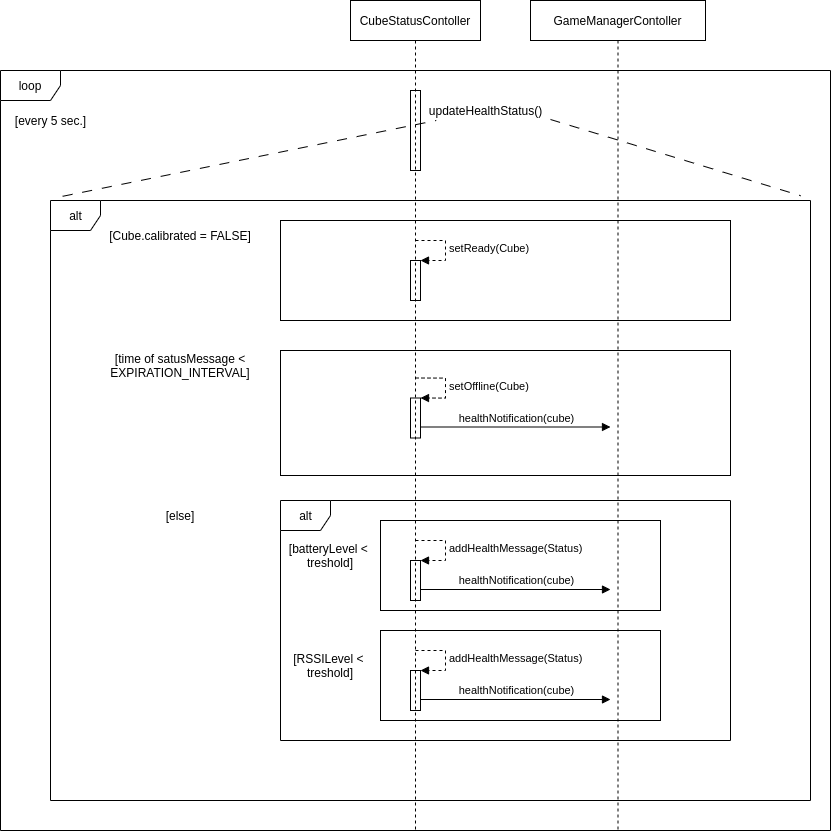
Above: documents/software-concept/diagrams/cubeStatus.png in b-ertel/TimeGuess-Game (draw.io), before the change. Source tidied: cells renumbered, new cells last; positions are measured from the earlier drawing's top-left corner, leaving out a move shared by most shapes.
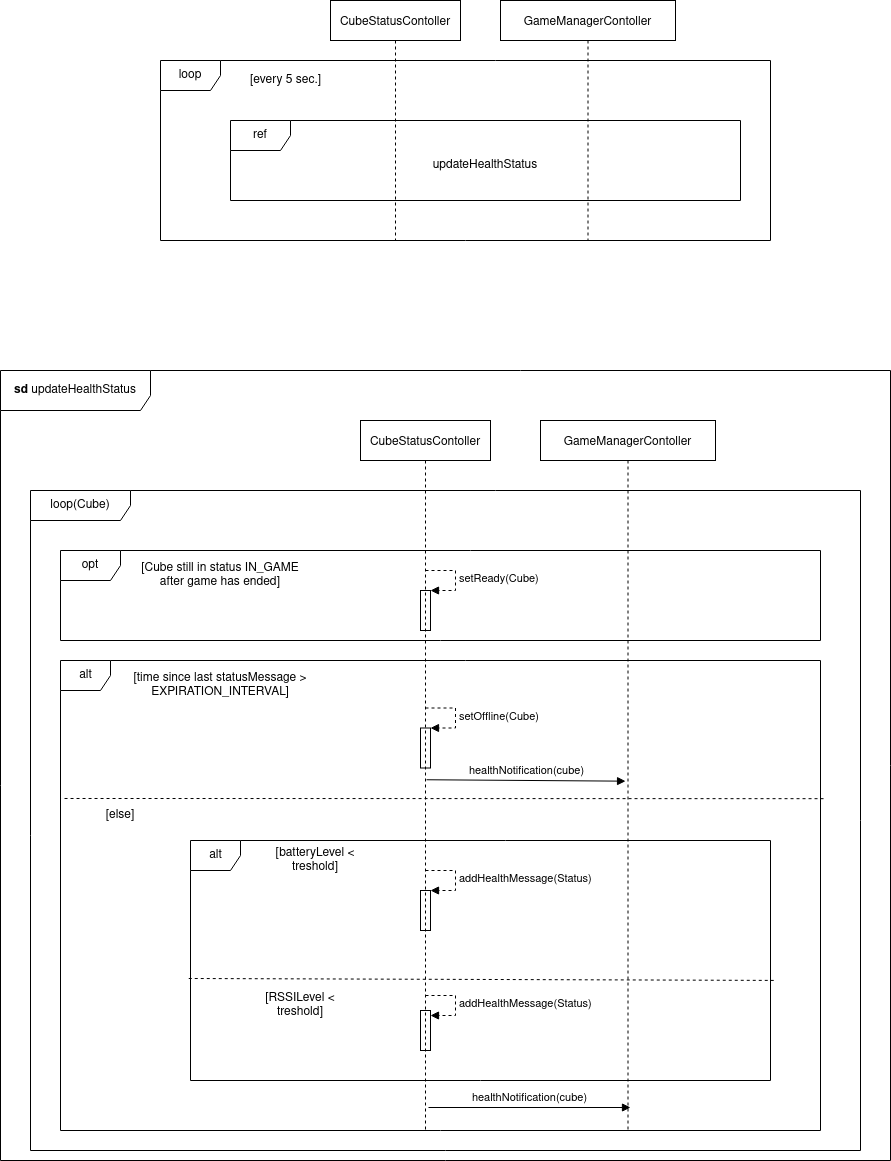
After the commit.

Commit message:
alternative version of sequence diagram for cube status

Change to the diagram source:
```diff
@@ -2,37 +2,32 @@
   <root>
     <mxCell id="0" />
     <mxCell id="1" parent="0" />
+    <mxCell id="26" value="loop" style="shape=umlFrame;whiteSpace=wrap;html=1;fillColor=none;" parent="1" vertex="1">
+      <mxGeometry x="150" y="-270" width="610" height="180" as="geometry" />
+    </mxCell>
+    <mxCell id="32" value="loop(Cube)" style="shape=umlFrame;whiteSpace=wrap;html=1;width=100;height=30;" parent="1" vertex="1">
+      <mxGeometry x="20" y="160" width="830" height="660" as="geometry" />
+    </mxCell>
+    <mxCell id="33" value="&lt;b&gt;sd&lt;/b&gt; updateHealthStatus" style="shape=umlFrame;whiteSpace=wrap;html=1;width=150;height=40;" parent="1" vertex="1">
+      <mxGeometry x="-10" y="40" width="890" height="790" as="geometry" />
+    </mxCell>
+    <mxCell id="21" value="alt" style="shape=umlFrame;tabPosition=left;html=1;boundedLbl=1;labelInHeader=1;width=50;height=30;" parent="1" vertex="1">
+      <mxGeometry x="180" y="510" width="580" height="240" as="geometry" />
+    </mxCell>
+    <mxCell id="8" value="alt" style="shape=umlFrame;tabPosition=left;html=1;boundedLbl=1;labelInHeader=1;width=50;height=30;" parent="1" vertex="1">
+      <mxGeometry x="50" y="330" width="760" height="470" as="geometry" />
+    </mxCell>
+    <mxCell id="34" value="opt" style="shape=umlFrame;whiteSpace=wrap;html=1;" parent="1" vertex="1">
+      <mxGeometry x="50" y="220" width="760" height="90" as="geometry" />
+    </mxCell>
     <mxCell id="2" value="CubeStatusContoller" style="shape=umlLifeline;perimeter=lifelinePerimeter;rounded=0;shadow=0;strokeWidth=1;" parent="1" vertex="1">
-      <mxGeometry x="350" width="130" height="830" as="geometry" />
+      <mxGeometry x="350" y="90" width="130" height="710" as="geometry" />
     </mxCell>
     <mxCell id="3" value="GameManagerContoller" style="shape=umlLifeline;perimeter=lifelinePerimeter;rounded=0;shadow=0;strokeWidth=1;" parent="1" vertex="1">
-      <mxGeometry x="530" width="175" height="830" as="geometry" />
+      <mxGeometry x="530" y="90" width="175" height="710" as="geometry" />
     </mxCell>
-    <mxCell id="4" style="html=1;points=[];perimeter=orthogonalPerimeter;fillColor=none;" parent="3" vertex="1">
-      <mxGeometry x="-120" y="670" width="10" height="40" as="geometry" />
-    </mxCell>
-    <mxCell id="5" value="addHealthMessage(Status)" style="edgeStyle=orthogonalEdgeStyle;html=1;align=left;spacingLeft=2;endArrow=block;rounded=0;entryX=1;entryY=0;dashed=1;" parent="3" edge="1" target="4">
-      <mxGeometry relative="1" as="geometry">
-        <mxPoint x="-115" y="650" as="sourcePoint" />
-        <Array as="points">
-          <mxPoint x="-85" y="650" />
-        </Array>
-      </mxGeometry>
-    </mxCell>
-    <mxCell id="6" value="healthNotification(cube)" style="html=1;verticalAlign=bottom;endArrow=block;" parent="3" edge="1">
-      <mxGeometry relative="1" as="geometry">
-        <mxPoint x="-110" y="699" as="sourcePoint" />
-        <mxPoint x="80" y="699" as="targetPoint" />
-      </mxGeometry>
-    </mxCell>
-    <mxCell id="7" style="text;html=1;align=center;verticalAlign=middle;dashed=0;strokeColor=#000000;" parent="3" vertex="1">
-      <mxGeometry x="-150" y="630" width="280" height="90" as="geometry" />
-    </mxCell>
-    <mxCell id="8" value="alt" style="shape=umlFrame;tabPosition=left;html=1;boundedLbl=1;labelInHeader=1;width=50;height=30;" parent="1" vertex="1">
-      <mxGeometry x="50" y="200" width="760" height="600" as="geometry" />
-    </mxCell>
-    <mxCell id="9" value="[time of satusMessage &amp;lt; EXPIRATION_INTERVAL]" style="text;html=1;strokeColor=none;fillColor=none;align=center;verticalAlign=middle;whiteSpace=wrap;rounded=0;" parent="1" vertex="1">
-      <mxGeometry x="80" y="350" width="200" height="30" as="geometry" />
+    <mxCell id="9" value="[time since last statusMessage &amp;gt; EXPIRATION_INTERVAL]" style="text;html=1;strokeColor=none;fillColor=none;align=center;verticalAlign=middle;whiteSpace=wrap;rounded=0;" parent="1" vertex="1">
+      <mxGeometry x="110" y="340" width="200" height="30" as="geometry" />
     </mxCell>
     <mxCell id="10" style="html=1;points=[];perimeter=orthogonalPerimeter;fillColor=none;" parent="1" vertex="1">
       <mxGeometry x="410" y="397.5" width="10" height="40" as="geometry" />
@@ -45,17 +40,11 @@
         </Array>
       </mxGeometry>
     </mxCell>
-    <mxCell id="12" value="healthNotification(cube)" style="html=1;verticalAlign=bottom;endArrow=block;" parent="1" edge="1">
-      <mxGeometry relative="1" as="geometry">
-        <mxPoint x="420" y="426.5" as="sourcePoint" />
-        <mxPoint x="610" y="426.5" as="targetPoint" />
-      </mxGeometry>
+    <mxCell id="12" value="healthNotification(cube)" style="html=1;verticalAlign=bottom;endArrow=block;exitX=0.508;exitY=0.506;exitDx=0;exitDy=0;exitPerimeter=0;entryX=0.486;entryY=0.508;entryDx=0;entryDy=0;entryPerimeter=0;" parent="1" edge="1" source="2" target="3">
+      <mxGeometry relative="1" as="geometry" />
     </mxCell>
-    <mxCell id="13" style="text;html=1;align=center;verticalAlign=middle;dashed=0;strokeColor=#000000;" parent="1" vertex="1">
-      <mxGeometry x="280" y="350" width="450" height="125" as="geometry" />
-    </mxCell>
-    <mxCell id="14" value="[Cube.calibrated = FALSE]" style="text;html=1;strokeColor=none;fillColor=none;align=center;verticalAlign=middle;whiteSpace=wrap;rounded=0;" parent="1" vertex="1">
-      <mxGeometry x="80" y="220" width="200" height="30" as="geometry" />
+    <mxCell id="14" value="[Cube still in status IN_GAME after game has ended]" style="text;html=1;strokeColor=none;fillColor=none;align=center;verticalAlign=middle;whiteSpace=wrap;rounded=0;" parent="1" vertex="1">
+      <mxGeometry x="120" y="230" width="180" height="30" as="geometry" />
     </mxCell>
     <mxCell id="15" style="html=1;points=[];perimeter=orthogonalPerimeter;fillColor=none;" parent="1" vertex="1">
       <mxGeometry x="410" y="260" width="10" height="40" as="geometry" />
@@ -68,9 +57,6 @@
         </Array>
       </mxGeometry>
     </mxCell>
-    <mxCell id="17" style="text;html=1;align=center;verticalAlign=middle;dashed=0;strokeColor=#000000;" parent="1" vertex="1">
-      <mxGeometry x="280" y="220" width="450" height="100" as="geometry" />
-    </mxCell>
     <mxCell id="18" style="html=1;points=[];perimeter=orthogonalPerimeter;fillColor=none;" parent="1" vertex="1">
       <mxGeometry x="410" y="560" width="10" height="40" as="geometry" />
     </mxCell>
@@ -82,46 +68,53 @@
         </Array>
       </mxGeometry>
     </mxCell>
-    <mxCell id="20" value="healthNotification(cube)" style="html=1;verticalAlign=bottom;endArrow=block;" parent="1" edge="1">
-      <mxGeometry relative="1" as="geometry">
-        <mxPoint x="420" y="589" as="sourcePoint" />
-        <mxPoint x="610" y="589" as="targetPoint" />
-      </mxGeometry>
-    </mxCell>
-    <mxCell id="21" value="alt" style="shape=umlFrame;tabPosition=left;html=1;boundedLbl=1;labelInHeader=1;width=50;height=30;" parent="1" vertex="1">
-      <mxGeometry x="280" y="500" width="450" height="240" as="geometry" />
-    </mxCell>
     <mxCell id="22" value="[else]" style="text;html=1;strokeColor=none;fillColor=none;align=center;verticalAlign=middle;whiteSpace=wrap;rounded=0;" parent="1" vertex="1">
-      <mxGeometry x="80" y="500" width="200" height="30" as="geometry" />
+      <mxGeometry x="10" y="470" width="200" height="30" as="geometry" />
     </mxCell>
-    <mxCell id="23" style="text;html=1;align=center;verticalAlign=middle;dashed=0;strokeColor=#000000;" parent="1" vertex="1">
-      <mxGeometry x="380" y="520" width="280" height="90" as="geometry" />
-    </mxCell>
     <mxCell id="24" value="[batteryLevel &amp;lt; &lt;br&gt;treshold]" style="text;html=1;strokeColor=none;fillColor=none;align=center;verticalAlign=middle;whiteSpace=wrap;rounded=0;" parent="1" vertex="1">
-      <mxGeometry x="230" y="540" width="200" height="30" as="geometry" />
+      <mxGeometry x="230" y="520" width="150" height="20" as="geometry" />
     </mxCell>
     <mxCell id="25" value="[RSSILevel &amp;lt; &lt;br&gt;treshold]" style="text;html=1;strokeColor=none;fillColor=none;align=center;verticalAlign=middle;whiteSpace=wrap;rounded=0;" parent="1" vertex="1">
-      <mxGeometry x="230" y="650" width="200" height="30" as="geometry" />
+      <mxGeometry x="190" y="660" width="200" height="30" as="geometry" />
     </mxCell>
-    <mxCell id="26" value="loop" style="shape=umlFrame;whiteSpace=wrap;html=1;fillColor=none;" parent="1" vertex="1">
-      <mxGeometry y="70" width="830" height="760" as="geometry" />
-    </mxCell>
-    <mxCell id="27" style="html=1;perimeter=orthogonalPerimeter;fillColor=none;" parent="1" vertex="1">
-      <mxGeometry x="410" y="90" width="10" height="80" as="geometry" />
-    </mxCell>
-    <mxCell id="28" value="updateHealthStatus()" style="text;html=1;align=center;verticalAlign=middle;points=[];strokeColor=none;" parent="1" vertex="1">
-      <mxGeometry x="420" y="100" width="130" height="20" as="geometry" />
-    </mxCell>
-    <mxCell id="29" style="endArrow=none;startArrow=none;endFill=0;startFill=0;endSize=8;html=1;verticalAlign=bottom;dashed=1;labelBackgroundColor=none;dashPattern=10 10;exitX=0.016;exitY=-0.007;exitDx=0;exitDy=0;exitPerimeter=0;" parent="1" edge="1" source="8" target="28">
-      <mxGeometry relative="1" as="geometry" />
-    </mxCell>
-    <mxCell id="30" style="endArrow=none;startArrow=none;endFill=0;startFill=0;endSize=8;html=1;verticalAlign=bottom;dashed=1;labelBackgroundColor=none;dashPattern=10 10;entryX=0.987;entryY=-0.008;entryDx=0;entryDy=0;entryPerimeter=0;" parent="1" edge="1" target="8">
-      <mxGeometry relative="1" as="geometry">
-        <mxPoint x="550" y="119" as="sourcePoint" />
-      </mxGeometry>
-    </mxCell>
     <mxCell id="31" value="[every 5 sec.]" style="text;html=1;align=center;verticalAlign=middle;strokeColor=none;" parent="1" vertex="1">
-      <mxGeometry x="5" y="110" width="90" height="20" as="geometry" />
+      <mxGeometry x="230" y="-260" width="90" height="20" as="geometry" />
     </mxCell>
+    <mxCell id="35" style="endArrow=none;dashed=1;html=1;exitX=1.004;exitY=0.294;exitDx=0;exitDy=0;exitPerimeter=0;entryX=0.205;entryY=-0.067;entryDx=0;entryDy=0;entryPerimeter=0;" parent="1" edge="1" source="8" target="22">
+      <mxGeometry relative="1" as="geometry" />
+    </mxCell>
+    <mxCell id="36" style="endArrow=none;dashed=1;html=1;exitX=-0.003;exitY=0.575;exitDx=0;exitDy=0;exitPerimeter=0;entryX=1.007;entryY=0.583;entryDx=0;entryDy=0;entryPerimeter=0;" parent="1" edge="1" source="21" target="21">
+      <mxGeometry relative="1" as="geometry" />
+    </mxCell>
+    <mxCell id="6" value="healthNotification(cube)" style="html=1;verticalAlign=bottom;endArrow=block;" parent="1" edge="1">
+      <mxGeometry relative="1" as="geometry">
+        <mxPoint x="418" y="777" as="sourcePoint" />
+        <mxPoint x="620" y="777" as="targetPoint" />
+      </mxGeometry>
+    </mxCell>
+    <mxCell id="37" style="html=1;perimeter=orthogonalPerimeter;fillColor=none;" parent="1" vertex="1">
+      <mxGeometry x="410" y="680" width="10" height="40" as="geometry" />
+    </mxCell>
+    <mxCell id="5" value="addHealthMessage(Status)" style="edgeStyle=orthogonalEdgeStyle;html=1;align=left;spacingLeft=2;endArrow=block;rounded=0;entryX=1;entryY=0;dashed=1;" parent="1" edge="1">
+      <mxGeometry relative="1" as="geometry">
+        <mxPoint x="415" y="665" as="sourcePoint" />
+        <mxPoint x="420" y="685" as="targetPoint" />
+        <Array as="points">
+          <mxPoint x="445" y="665" />
+        </Array>
+      </mxGeometry>
+    </mxCell>
+    <mxCell id="38" value="CubeStatusContoller" style="shape=umlLifeline;perimeter=lifelinePerimeter;rounded=0;shadow=0;strokeWidth=1;" parent="1" vertex="1">
+      <mxGeometry x="320" y="-330" width="130" height="240" as="geometry" />
+    </mxCell>
+    <mxCell id="39" value="GameManagerContoller" style="shape=umlLifeline;perimeter=lifelinePerimeter;rounded=0;shadow=0;strokeWidth=1;" parent="1" vertex="1">
+      <mxGeometry x="490" y="-330" width="175" height="240" as="geometry" />
+    </mxCell>
+    <mxCell id="40" value="ref" style="shape=umlFrame;whiteSpace=wrap;html=1;" parent="1" vertex="1">
+      <mxGeometry x="220" y="-210" width="510" height="80" as="geometry" />
+    </mxCell>
+    <mxCell id="41" value="&lt;div&gt;updateHealthStatus&lt;/div&gt;" style="text;html=1;strokeColor=none;fillColor=none;align=center;verticalAlign=middle;whiteSpace=wrap;rounded=0;" parent="1" vertex="1">
+      <mxGeometry x="390" y="-175" width="170" height="20" as="geometry" />
+    </mxCell>
   </root>
 </mxGraphModel>
```
